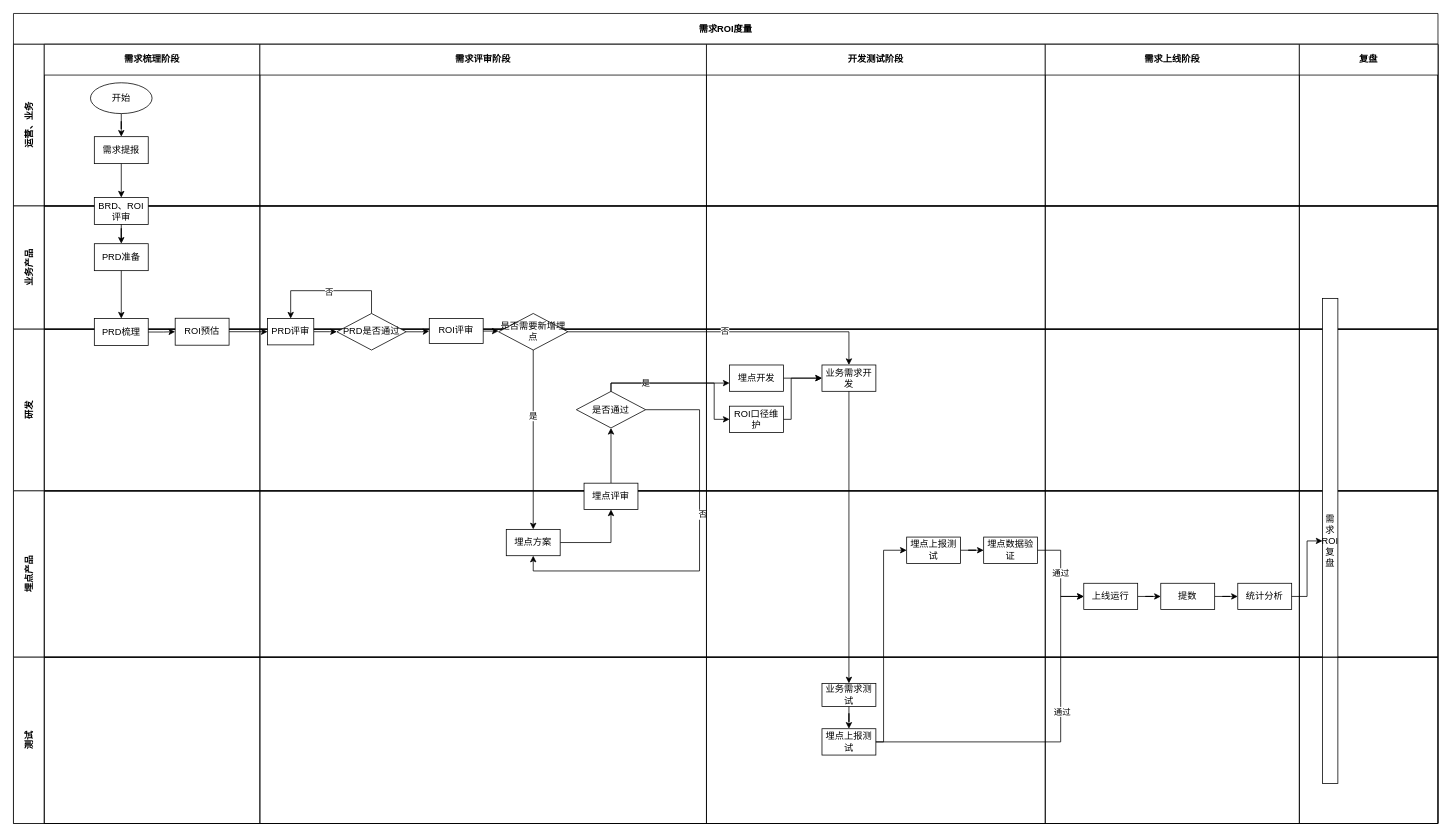
Before: page "职能流程图" (2 of 3) of 需求ROI评估.drawio in lihongliang1989/diagram, a draw.io diagram. Source tidied: cells renumbered, new cells numbered last; positions are measured from the earlier drawing's top-left corner, leaving out a move shared by most shapes. Both pictures are drawn from the tidied source at 77%, with x=0, y=0 at pixel (13, 13).
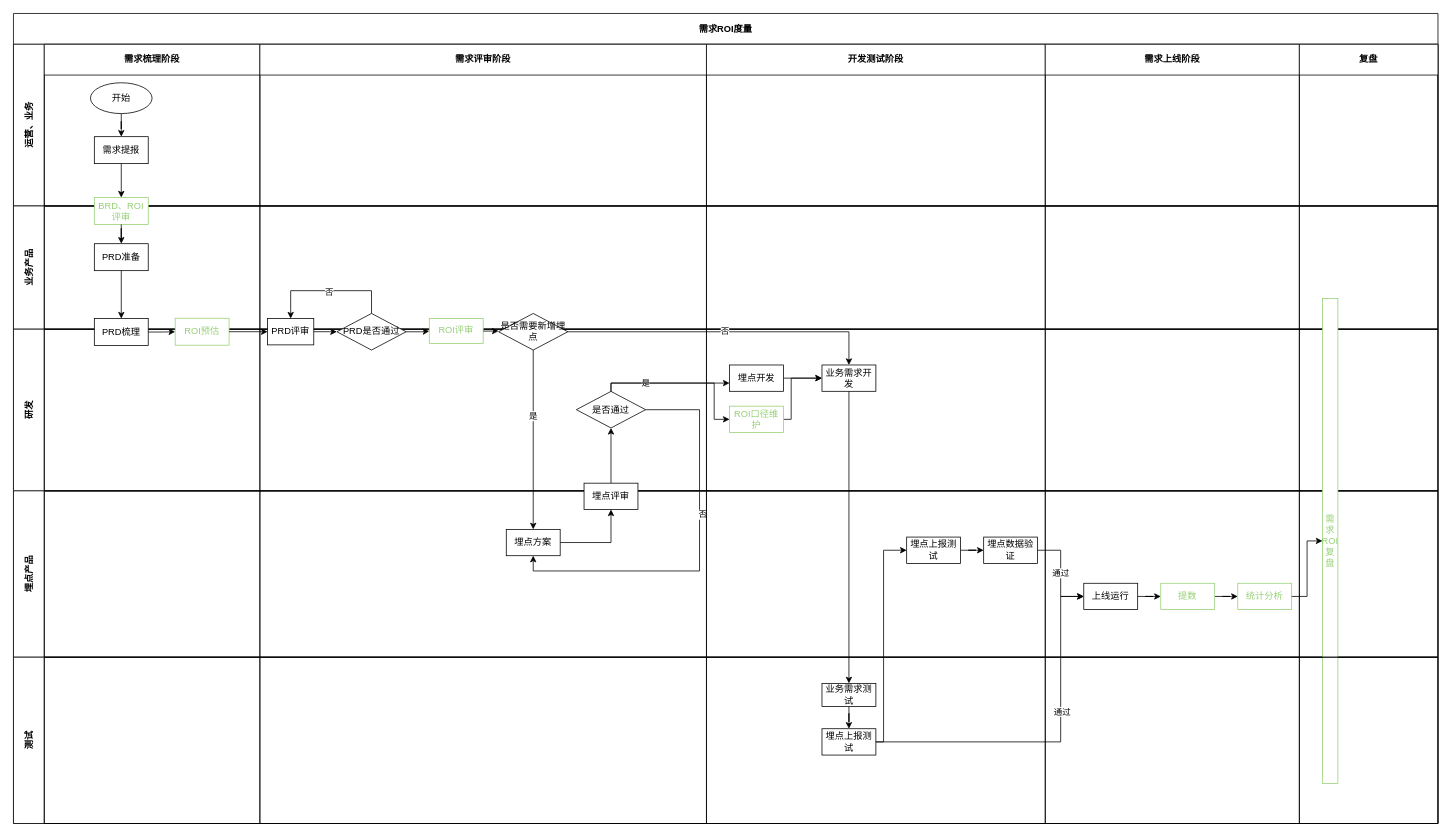
After the change.

Unchanged cells that the change refers to:
```xml
<mxCell id="13" style="swimlane;startSize=0;html=1;whiteSpace=wrap;" parent="12" vertex="1">
  <mxGeometry x="40" width="280" height="160" as="geometry" />
</mxCell>
<mxCell id="27" style="swimlane;startSize=0;html=1;whiteSpace=wrap;" parent="26" vertex="1">
  <mxGeometry x="40" width="280" height="210" as="geometry" />
</mxCell>
<mxCell id="31" style="swimlane;startSize=0;html=1;whiteSpace=wrap;swimlaneLine=1;" parent="26" vertex="1">
  <mxGeometry x="320" width="580" height="210" as="geometry" />
</mxCell>
<mxCell id="42" style="swimlane;startSize=0;html=1;whiteSpace=wrap;" parent="26" vertex="1">
  <mxGeometry x="900" width="440" height="210" as="geometry" />
</mxCell>
<mxCell id="65" style="swimlane;startSize=0;html=1;whiteSpace=wrap;" parent="55" vertex="1">
  <mxGeometry x="1340" width="330" height="216" as="geometry" />
</mxCell>
<mxCell id="71" style="swimlane;startSize=0;html=1;whiteSpace=wrap;" parent="55" vertex="1">
  <mxGeometry x="1670" width="180" height="216" as="geometry" />
</mxCell>
```

Change to the diagram source:
```diff
@@
-    <mxCell id="15" value="BRD、ROI评审" style="rounded=0;whiteSpace=wrap;html=1;fontColor=#000000;strokeColor=#000000;gradientColor=none;" parent="13" vertex="1">
+    <mxCell id="15" value="BRD、ROI评审" style="rounded=0;whiteSpace=wrap;html=1;fontColor=#97D077;strokeColor=#97D077;gradientColor=none;" parent="13" vertex="1">
       <mxGeometry x="65" y="-11" width="70" height="35" as="geometry" />
     </mxCell>
@@
-    <mxCell id="30" value="ROI预估" style="rounded=0;whiteSpace=wrap;html=1;fontColor=#000000;strokeColor=#000000;gradientColor=none;" parent="27" vertex="1">
+    <mxCell id="30" value="ROI预估" style="rounded=0;whiteSpace=wrap;html=1;gradientColor=none;strokeColor=#97D077;fontColor=#97D077;" parent="27" vertex="1">
       <mxGeometry x="170" y="-14.2" width="70" height="35" as="geometry" />
     </mxCell>
@@
-    <mxCell id="39" value="ROI评审" style="rounded=0;whiteSpace=wrap;html=1;fontColor=#000000;strokeColor=#000000;gradientColor=none;" parent="31" vertex="1">
+    <mxCell id="39" value="ROI评审" style="rounded=0;whiteSpace=wrap;html=1;fontColor=#97D077;strokeColor=#97D077;gradientColor=none;" parent="31" vertex="1">
       <mxGeometry x="220" y="-13.8" width="70" height="32.5" as="geometry" />
     </mxCell>
@@
-    <mxCell id="47" value="ROI口径维护" style="rounded=0;whiteSpace=wrap;html=1;fontColor=#000000;strokeColor=#000000;gradientColor=none;" parent="42" vertex="1">
+    <mxCell id="47" value="ROI口径维护" style="rounded=0;whiteSpace=wrap;html=1;fontColor=#97D077;strokeColor=#97D077;gradientColor=none;" parent="42" vertex="1">
       <mxGeometry x="30" y="100" width="70" height="34.2" as="geometry" />
     </mxCell>
@@
-    <mxCell id="69" value="提数" style="rounded=0;whiteSpace=wrap;html=1;fontColor=#000000;strokeColor=#000000;gradientColor=none;" parent="65" vertex="1">
+    <mxCell id="69" value="提数" style="rounded=0;whiteSpace=wrap;html=1;fontColor=#97D077;strokeColor=#97D077;gradientColor=none;" parent="65" vertex="1">
       <mxGeometry x="150" y="120" width="70" height="34.2" as="geometry" />
     </mxCell>
-    <mxCell id="70" value="统计分析" style="rounded=0;whiteSpace=wrap;html=1;fontColor=#000000;strokeColor=#000000;gradientColor=none;" parent="65" vertex="1">
+    <mxCell id="70" value="统计分析" style="rounded=0;whiteSpace=wrap;html=1;fontColor=#97D077;strokeColor=#97D077;gradientColor=none;" parent="65" vertex="1">
       <mxGeometry x="250" y="120" width="70" height="34.2" as="geometry" />
     </mxCell>
@@
-    <mxCell id="72" value="需求ROI复盘" style="rounded=0;whiteSpace=wrap;html=1;fontColor=#000000;strokeColor=#000000;gradientColor=none;" parent="71" vertex="1">
+    <mxCell id="72" value="需求ROI复盘" style="rounded=0;whiteSpace=wrap;html=1;fontColor=#97D077;strokeColor=#97D077;gradientColor=none;" parent="71" vertex="1">
       <mxGeometry x="30" y="-250" width="20" height="630" as="geometry" />
     </mxCell>
```
